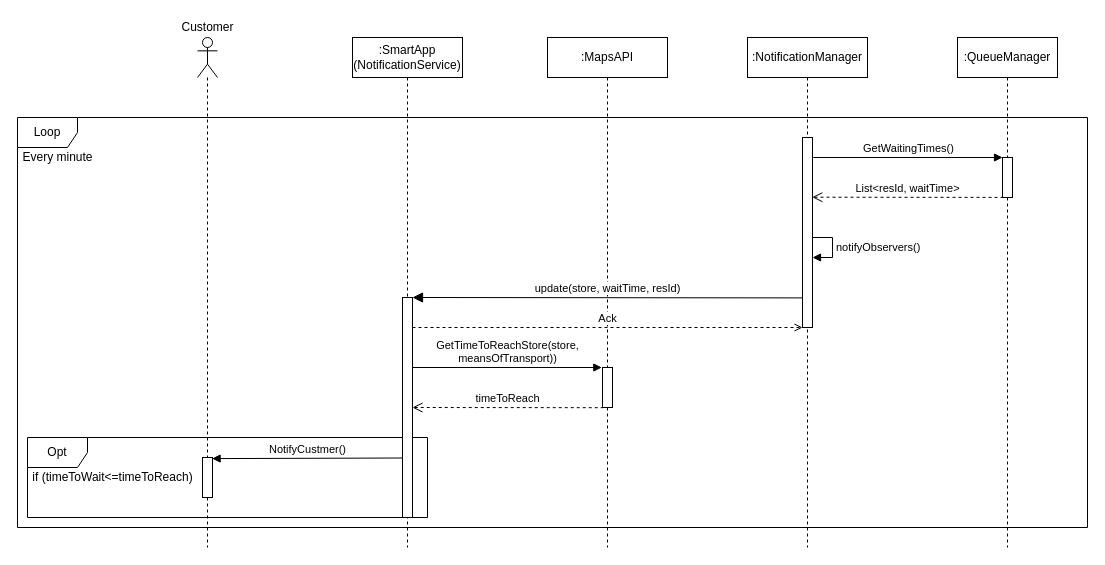
StefanoAzzone/AbelliAzzone keeps this draw.io diagram as DD/Images/RuntimeViewNotification.drawio. Above is the earlier version. Source tidied: cells renumbered, new cells numbered last; positions are measured from the earlier drawing's top-left corner, leaving out a move shared by most shapes. Both pictures are drawn from the tidied source at 100%, with x=0, y=0 at pixel (17, 17).
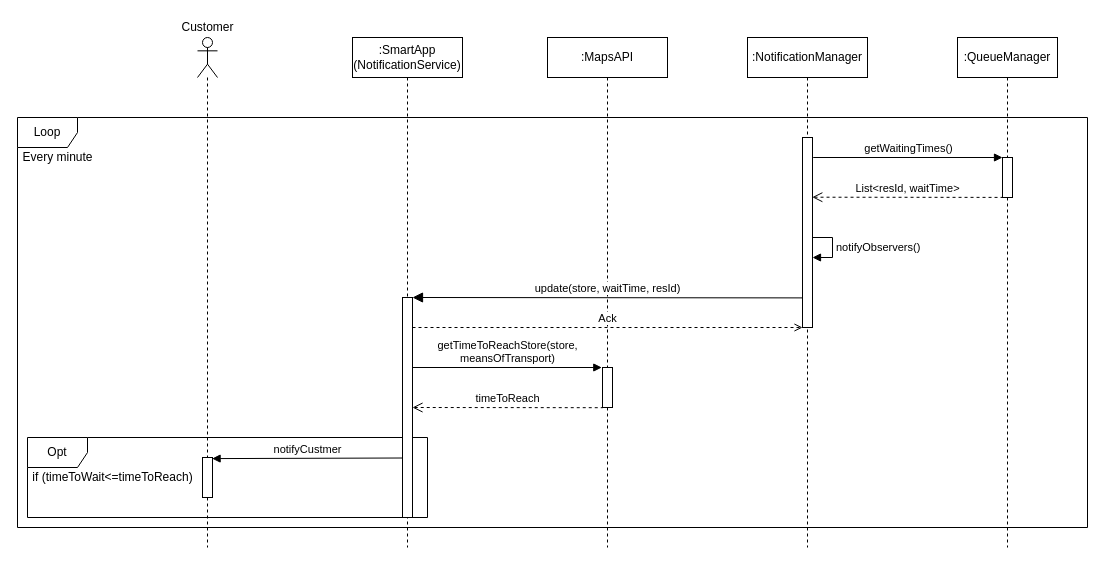
After the change.

Diff of the diagram source:
```diff
@@
-    <mxCell id="10" value="GetWaitingTimes()" style="html=1;verticalAlign=bottom;startArrow=none;startFill=0;endArrow=block;startSize=8;exitX=1.067;exitY=0.286;exitDx=0;exitDy=0;exitPerimeter=0;" parent="1" edge="1">
+    <mxCell id="10" value="getWaitingTimes()" style="html=1;verticalAlign=bottom;startArrow=none;startFill=0;endArrow=block;startSize=8;exitX=1.067;exitY=0.286;exitDx=0;exitDy=0;exitPerimeter=0;" parent="1" edge="1">
       <mxGeometry relative="1" as="geometry">
         <mxPoint x="795.7" y="140" as="sourcePoint" />
         <mxPoint x="985" y="140" as="targetPoint" />
       </mxGeometry>
     </mxCell>
@@
-    <mxCell id="16" value="GetTimeToReachStore(store,&lt;br&gt;meansOfTransport))" style="html=1;verticalAlign=bottom;startArrow=none;startFill=0;endArrow=block;startSize=8;exitX=1.067;exitY=0.286;exitDx=0;exitDy=0;exitPerimeter=0;" parent="1" edge="1">
+    <mxCell id="16" value="getTimeToReachStore(store,&lt;br&gt;meansOfTransport)" style="html=1;verticalAlign=bottom;startArrow=none;startFill=0;endArrow=block;startSize=8;exitX=1.067;exitY=0.286;exitDx=0;exitDy=0;exitPerimeter=0;" parent="1" edge="1">
       <mxGeometry relative="1" as="geometry">
         <mxPoint x="395" y="350" as="sourcePoint" />
         <mxPoint x="584.3" y="350" as="targetPoint" />
       </mxGeometry>
     </mxCell>
@@
-    <mxCell id="19" value="NotifyCustmer()" style="html=1;verticalAlign=bottom;startArrow=none;startFill=0;endArrow=block;startSize=8;entryX=0.959;entryY=0.025;entryDx=0;entryDy=0;entryPerimeter=0;" parent="1" edge="1">
+    <mxCell id="19" value="notifyCustmer" style="html=1;verticalAlign=bottom;startArrow=none;startFill=0;endArrow=block;startSize=8;entryX=0.959;entryY=0.025;entryDx=0;entryDy=0;entryPerimeter=0;" parent="1" edge="1">
       <mxGeometry relative="1" as="geometry">
         <mxPoint x="385" y="440.5" as="sourcePoint" />
         <mxPoint x="194.6" y="441.1" as="targetPoint" />
       </mxGeometry>
     </mxCell>
```
